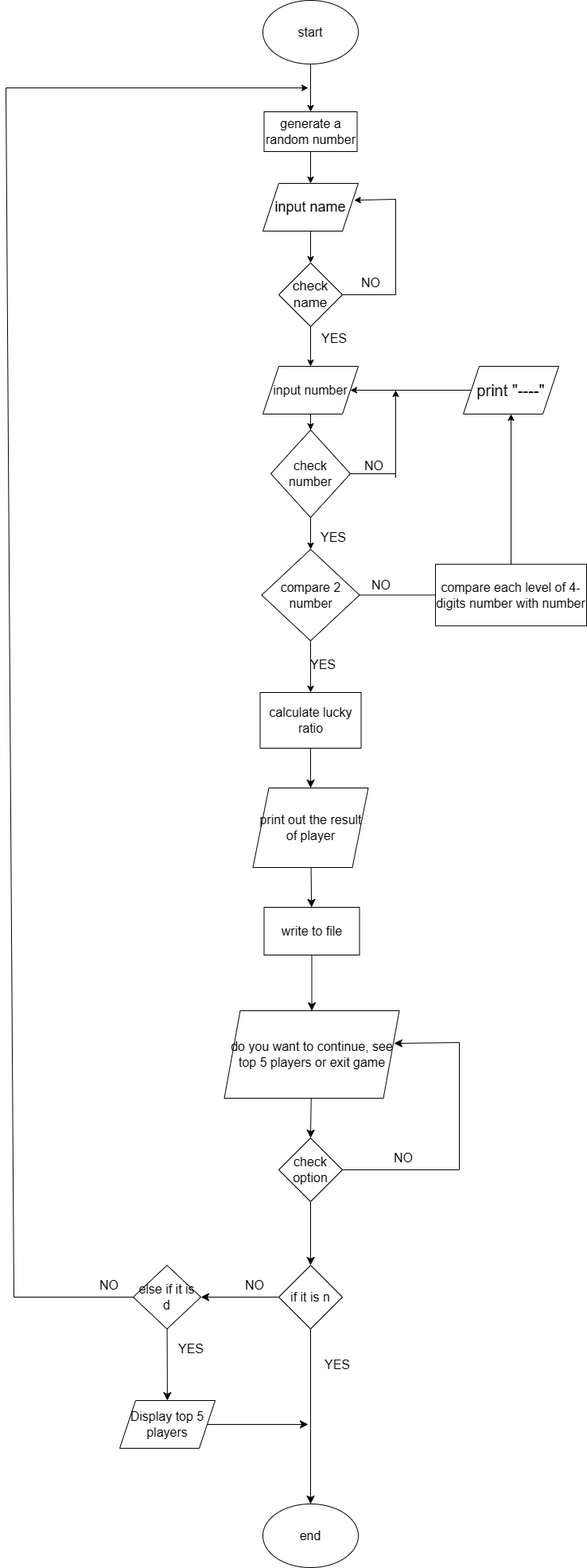
Before: FLOWCHART.png, a diagram exported from draw.io (trungple/MOCKC.). Source tidied: cells renumbered, new cells last; positions are measured from the earlier drawing's top-left corner, leaving out a move shared by most shapes.
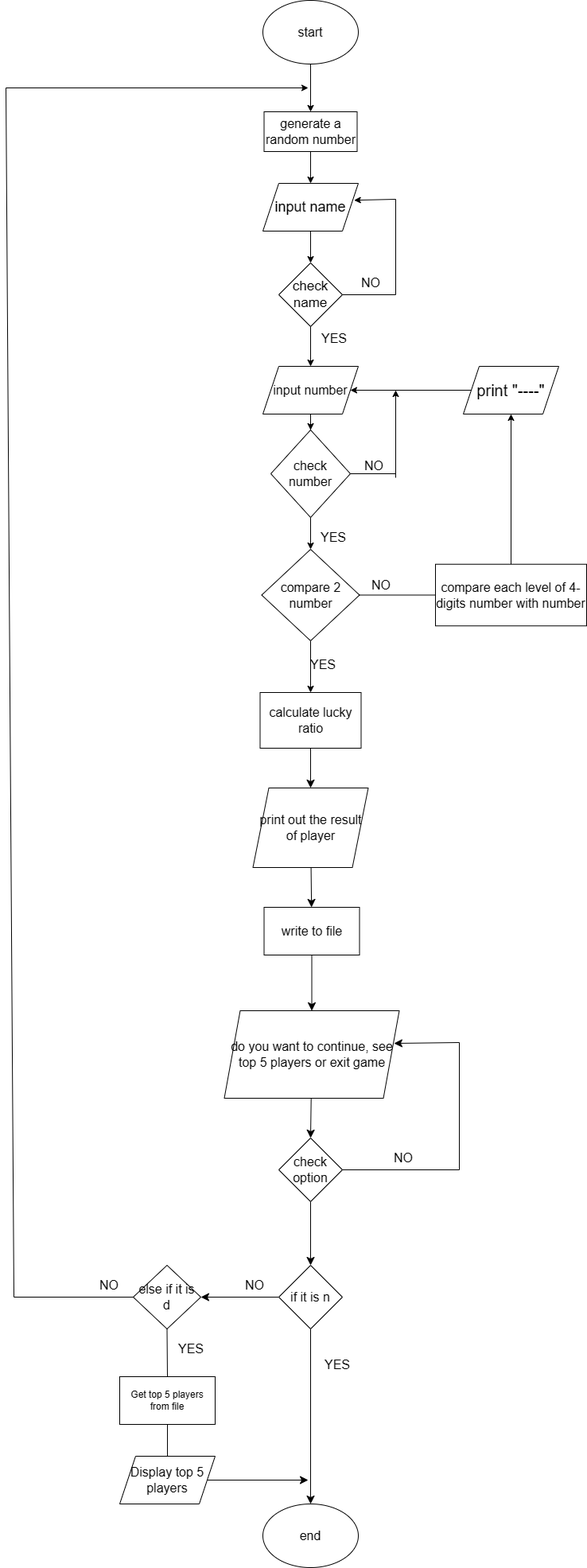
The same diagram one commit later.

What changed in the source:
```diff
@@ -164,9 +164,6 @@
     <mxCell id="47" value="end" style="ellipse;whiteSpace=wrap;html=1;fontSize=16;" parent="1" vertex="1">
       <mxGeometry x="323" y="1890" width="120" height="80" as="geometry" />
     </mxCell>
-    <mxCell id="48" style="edgeStyle=none;curved=1;rounded=0;jettySize=auto;html=1;fontSize=12;startSize=8;endSize=8;" parent="1" edge="1" source="49" target="56">
-      <mxGeometry relative="1" as="geometry" />
-    </mxCell>
     <mxCell id="49" value="else if it is d" style="rhombus;whiteSpace=wrap;html=1;fontSize=16;" parent="1" vertex="1">
       <mxGeometry x="160" y="1590" width="85" height="80" as="geometry" />
     </mxCell>
@@ -187,11 +184,11 @@
     </mxCell>
     <mxCell id="55" style="edgeStyle=none;curved=1;rounded=0;jettySize=auto;html=1;fontSize=12;startSize=8;endSize=8;" parent="1" edge="1" source="56">
       <mxGeometry relative="1" as="geometry">
-        <mxPoint x="380" y="1790" as="targetPoint" />
+        <mxPoint x="380" y="1860" as="targetPoint" />
       </mxGeometry>
     </mxCell>
     <mxCell id="56" value="Display top 5 players" style="shape=parallelogram;perimeter=parallelogramPerimeter;whiteSpace=wrap;html=1;fixedSize=1;fontSize=16;" parent="1" vertex="1">
-      <mxGeometry x="143" y="1760" width="120" height="60" as="geometry" />
+      <mxGeometry x="143" y="1830" width="120" height="60" as="geometry" />
     </mxCell>
     <mxCell id="57" value="YES" style="text;strokeColor=none;fillColor=none;html=1;align=center;verticalAlign=middle;whiteSpace=wrap;rounded=0;fontSize=16;" parent="1" vertex="1">
       <mxGeometry x="203" y="1680" width="60" height="30" as="geometry" />
@@ -210,5 +207,14 @@
         <mxPoint y="110" as="targetPoint" />
       </mxGeometry>
     </mxCell>
+    <mxCell id="61" value="Get top 5 players from file" style="rounded=0;whiteSpace=wrap;html=1;" parent="1" vertex="1">
+      <mxGeometry x="143" y="1730" width="120" height="60" as="geometry" />
+    </mxCell>
+    <mxCell id="62" style="endArrow=none;html=1;rounded=0;fontSize=12;startSize=8;endSize=8;curved=1;entryX=0.5;entryY=1;entryDx=0;entryDy=0;exitX=0.5;exitY=0;exitDx=0;exitDy=0;" parent="1" edge="1" source="61" target="49">
+      <mxGeometry relative="1" as="geometry" />
+    </mxCell>
+    <mxCell id="63" style="endArrow=none;html=1;rounded=0;fontSize=12;startSize=8;endSize=8;curved=1;entryX=0.5;entryY=1;entryDx=0;entryDy=0;exitX=0.5;exitY=0;exitDx=0;exitDy=0;" parent="1" edge="1" source="56" target="61">
+      <mxGeometry relative="1" as="geometry" />
+    </mxCell>
   </root>
 </mxGraphModel>
```
